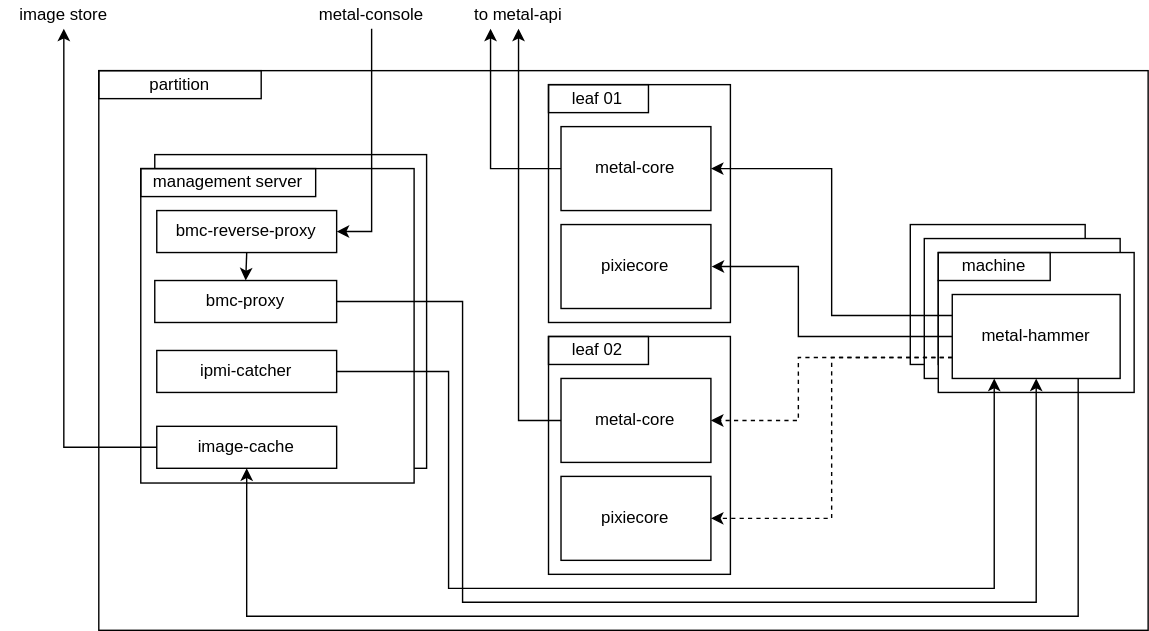
metal-stack/docs keeps this draw.io diagram as docs/src/overview/partition.svg. Above is the earlier version. Source tidied: cells renumbered, new cells last; positions are measured from the earlier drawing's top-left corner, leaving out a move shared by most shapes.
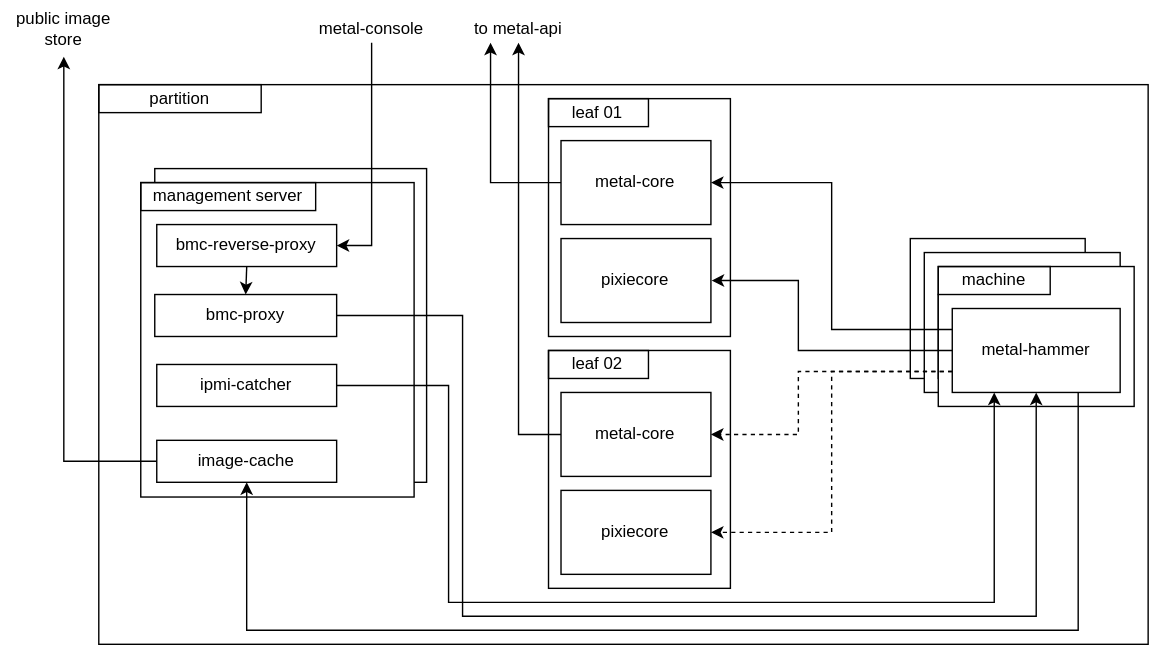
The same file after the commit.

What changed in the source:
```diff
@@ -129,8 +129,8 @@
     <mxCell id="38" value="metal-console" style="text;html=1;strokeColor=none;fillColor=none;align=center;verticalAlign=middle;whiteSpace=wrap;rounded=0;" parent="1" vertex="1">
       <mxGeometry x="220" width="90" height="20" as="geometry" />
     </mxCell>
-    <mxCell id="39" value="image store" style="text;html=1;strokeColor=none;fillColor=none;align=center;verticalAlign=middle;whiteSpace=wrap;rounded=0;" parent="1" vertex="1">
-      <mxGeometry width="90" height="20" as="geometry" />
+    <mxCell id="39" value="public image store" style="text;html=1;strokeColor=none;fillColor=none;align=center;verticalAlign=middle;whiteSpace=wrap;rounded=0;" parent="1" vertex="1">
+      <mxGeometry y="-10" width="90" height="40" as="geometry" />
     </mxCell>
     <mxCell id="40" style="edgeStyle=orthogonalEdgeStyle;rounded=0;jettySize=auto;html=1;exitX=0;exitY=0.5;exitDx=0;exitDy=0;entryX=0.5;entryY=1;entryDx=0;entryDy=0;" parent="1" edge="1" source="12" target="39">
       <mxGeometry relative="1" as="geometry" />
```
